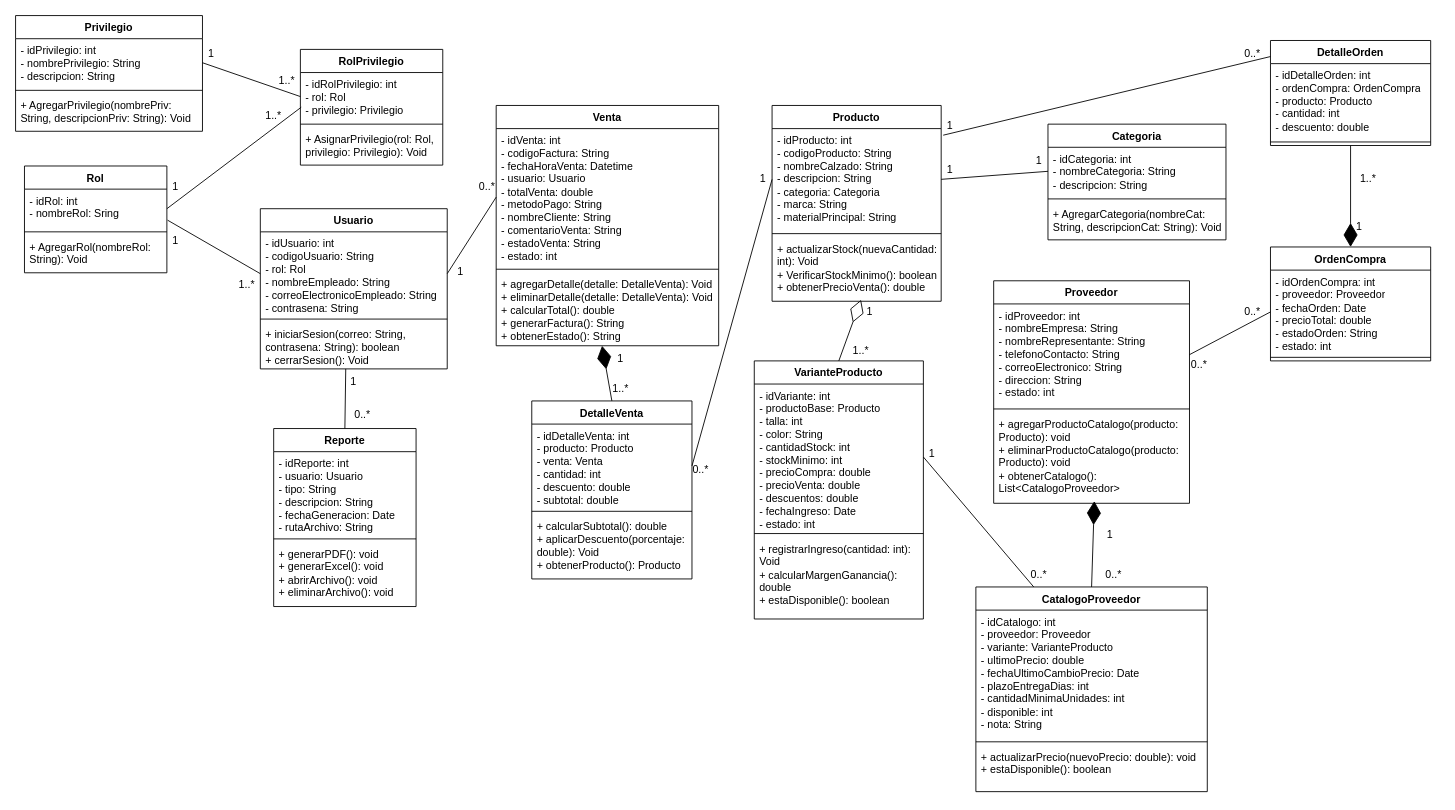
Earlier version of the draw.io diagram Diagramas/UML/Archivos editables/Diagrama_de_Clases_Zapstock.drawio (Thesub77/sistema-inventario-zapateria-zapstock). Source tidied: cells renumbered, new cells numbered last; positions are measured from the earlier drawing's top-left corner, leaving out a move shared by most shapes. Both pictures are drawn from the tidied source at 89%, with x=0, y=0 at pixel (15, 15).
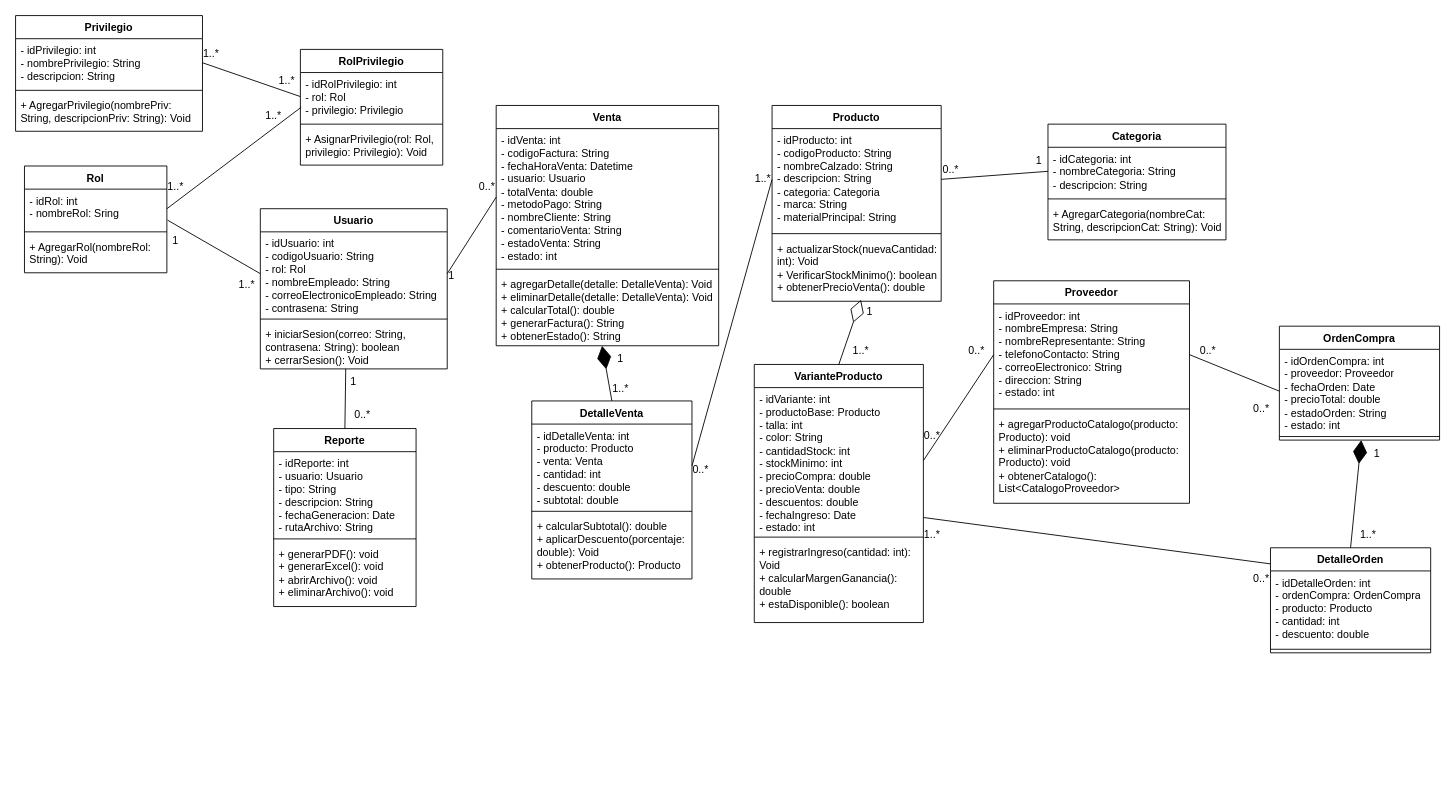
The same diagram, later.

Commit message:
chore: Se actualizo el diagrama de clases

Se elimino la clase Catalogo, y se ajustaron las relaciones entre DetalleOrden y la clase Producto, para agregarle fluidez a la logica del negocio

The change refers to these unchanged cells:
```xml
<mxCell id="3" value="&lt;div&gt;- idProducto: int&lt;/div&gt;- codigoProducto: String&lt;div&gt;- nombreCalzado: String&lt;/div&gt;&lt;div&gt;- descripcion: String&lt;/div&gt;&lt;div&gt;- categoria: Categoria&lt;/div&gt;&lt;div&gt;- marca: String&lt;/div&gt;&lt;div&gt;- materialPrincipal: String&lt;/div&gt;" style="text;strokeColor=none;fillColor=none;align=left;verticalAlign=top;spacingLeft=4;spacingRight=4;overflow=hidden;points=[[0,0.5],[1,0.5]];portConstraint=eastwest;whiteSpace=wrap;html=1;" parent="2" vertex="1">
  <mxGeometry y="26" width="190" height="114" as="geometry" />
</mxCell>
<mxCell id="15" style="line;strokeWidth=1;fillColor=none;align=left;verticalAlign=middle;spacingTop=-1;spacingLeft=3;spacingRight=3;labelPosition=right;points=[];portConstraint=eastwest;strokeColor=inherit;" parent="13" vertex="1">
  <mxGeometry y="120" width="180" height="8" as="geometry" />
</mxCell>
<mxCell id="21" value="&lt;div&gt;- idProveedor: int&lt;/div&gt;&lt;div&gt;- nombreEmpresa: String&lt;/div&gt;&lt;div&gt;- nombreRepresentante: String&lt;/div&gt;&lt;div&gt;- telefonoContacto: String&lt;/div&gt;&lt;div&gt;- correoElectronico: String&lt;/div&gt;&lt;div&gt;- direccion: String&lt;/div&gt;&lt;div&gt;&lt;span style=&quot;background-color: transparent; color: light-dark(rgb(0, 0, 0), rgb(255, 255, 255));&quot;&gt;- estado: int&lt;/span&gt;&lt;/div&gt;" style="text;strokeColor=none;fillColor=none;align=left;verticalAlign=top;spacingLeft=4;spacingRight=4;overflow=hidden;points=[[0,0.5],[1,0.5]];portConstraint=eastwest;whiteSpace=wrap;html=1;" parent="20" vertex="1">
  <mxGeometry y="26" width="220" height="114" as="geometry" />
</mxCell>
<mxCell id="23" value="&lt;div&gt;+ agregarProductoCatalogo(producto: Producto): void&lt;/div&gt;&lt;div&gt;+ eliminarProductoCatalogo(producto: Producto): void&lt;/div&gt;&lt;div&gt;+ obtenerCatalogo(): List&amp;lt;CatalogoProveedor&amp;gt;&lt;/div&gt;&lt;div&gt;&lt;br&gt;&lt;/div&gt;" style="text;strokeColor=none;fillColor=none;align=left;verticalAlign=top;spacingLeft=4;spacingRight=4;overflow=hidden;points=[[0,0.5],[1,0.5]];portConstraint=eastwest;whiteSpace=wrap;html=1;" parent="20" vertex="1">
  <mxGeometry y="148" width="220" height="102" as="geometry" />
</mxCell>
<mxCell id="45" value="- idVariante: int&lt;div&gt;- productoBase: Producto&lt;br&gt;&lt;div&gt;- talla: int&lt;/div&gt;&lt;div&gt;- color: String&lt;/div&gt;&lt;div&gt;- cantidadStock: int&lt;/div&gt;&lt;div&gt;- stockMinimo: int&lt;/div&gt;&lt;div&gt;- precioCompra: double&lt;/div&gt;&lt;div&gt;- precioVenta: double&lt;/div&gt;&lt;div&gt;- descuentos: double&lt;/div&gt;&lt;div&gt;- fechaIngreso: Date&lt;/div&gt;&lt;div&gt;- estado: int&lt;/div&gt;&lt;/div&gt;" style="text;strokeColor=none;fillColor=none;align=left;verticalAlign=top;spacingLeft=4;spacingRight=4;overflow=hidden;points=[[0,0.5],[1,0.5]];portConstraint=eastwest;whiteSpace=wrap;html=1;" parent="44" vertex="1">
  <mxGeometry y="26" width="190" height="164" as="geometry" />
</mxCell>
```

The edit, as a diff of the source:
```diff
@@
     <mxCell id="10" value="DetalleOrden" style="swimlane;fontStyle=1;align=center;verticalAlign=top;horizontal=1;startSize=26;whiteSpace=wrap;html=1;" parent="1" vertex="1">
-      <mxGeometry x="1410" y="28" width="180" height="118" as="geometry" />
+      <mxGeometry x="1410" y="598" width="180" height="118" as="geometry" />
     </mxCell>
@@
     <mxCell id="13" value="OrdenCompra" style="swimlane;fontStyle=1;align=center;verticalAlign=top;horizontal=1;startSize=26;whiteSpace=wrap;html=1;" parent="1" vertex="1">
-      <mxGeometry x="1410" y="260" width="180" height="128" as="geometry" />
+      <mxGeometry x="1420" y="349" width="180" height="128" as="geometry" />
     </mxCell>
@@
     <mxCell id="44" value="VarianteProducto" style="swimlane;fontStyle=1;align=center;verticalAlign=top;horizontal=1;startSize=26;whiteSpace=wrap;html=1;" parent="1" vertex="1">
-      <mxGeometry x="830" y="388" width="190" height="290" as="geometry" />
+      <mxGeometry x="830" y="392" width="190" height="290" as="geometry" />
     </mxCell>
@@
-    <mxCell id="53" style="endArrow=diamondThin;endFill=1;endSize=24;html=1;rounded=0;exitX=0.5;exitY=1;exitDx=0;exitDy=0;entryX=0.5;entryY=0;entryDx=0;entryDy=0;" parent="1" edge="1" source="10" target="13">
+    <mxCell id="53" style="endArrow=diamondThin;endFill=1;endSize=24;html=1;rounded=0;exitX=0.5;exitY=0;exitDx=0;exitDy=0;entryX=0.511;entryY=1;entryDx=0;entryDy=0;entryPerimeter=0;" parent="1" edge="1" source="10" target="15">
       <mxGeometry relative="1" as="geometry" />
     </mxCell>
@@
-    <mxCell id="62" style="endArrow=none;html=1;rounded=0;exitX=1;exitY=0.5;exitDx=0;exitDy=0;entryX=0.25;entryY=0;entryDx=0;entryDy=0;" parent="1" edge="1" source="45" target="88">
-      <mxGeometry relative="1" as="geometry" />
-    </mxCell>
@@
-    <mxCell id="68" value="1" style="text;html=1;whiteSpace=wrap;strokeColor=none;fillColor=none;align=center;verticalAlign=middle;rounded=0;" parent="1" vertex="1">
+    <mxCell id="68" value="1..*" style="text;html=1;whiteSpace=wrap;strokeColor=none;fillColor=none;align=center;verticalAlign=middle;rounded=0;" parent="1" vertex="1">
       <mxGeometry x="150" y="178" width="60" height="30" as="geometry" />
     </mxCell>
@@
-    <mxCell id="70" value="1" style="text;html=1;whiteSpace=wrap;strokeColor=none;fillColor=none;align=center;verticalAlign=middle;rounded=0;" parent="1" vertex="1">
+    <mxCell id="70" value="1..*" style="text;html=1;whiteSpace=wrap;strokeColor=none;fillColor=none;align=center;verticalAlign=middle;rounded=0;" parent="1" vertex="1">
       <mxGeometry x="190" y="28" width="60" height="30" as="geometry" />
     </mxCell>
@@
     <mxCell id="72" value="1" style="text;html=1;whiteSpace=wrap;strokeColor=none;fillColor=none;align=center;verticalAlign=middle;rounded=0;" parent="1" vertex="1">
-      <mxGeometry x="470" y="273" width="60" height="30" as="geometry" />
+      <mxGeometry x="460" y="278" width="60" height="30" as="geometry" />
     </mxCell>
@@
-    <mxCell id="74" value="1" style="text;html=1;whiteSpace=wrap;strokeColor=none;fillColor=none;align=center;verticalAlign=middle;rounded=0;" parent="1" vertex="1">
+    <mxCell id="74" value="1..*" style="text;html=1;whiteSpace=wrap;strokeColor=none;fillColor=none;align=center;verticalAlign=middle;rounded=0;" parent="1" vertex="1">
       <mxGeometry x="810" y="168" width="60" height="30" as="geometry" />
     </mxCell>
@@
-    <mxCell id="76" value="1" style="text;html=1;whiteSpace=wrap;strokeColor=none;fillColor=none;align=center;verticalAlign=middle;rounded=0;" parent="1" vertex="1">
-      <mxGeometry x="1020" y="158" width="60" height="30" as="geometry" />
+    <mxCell id="76" value="0..*" style="text;html=1;whiteSpace=wrap;strokeColor=none;fillColor=none;align=center;verticalAlign=middle;rounded=0;" parent="1" vertex="1">
+      <mxGeometry x="1021" y="158" width="60" height="30" as="geometry" />
     </mxCell>
@@
-    <mxCell id="78" value="0..*" style="text;html=1;whiteSpace=wrap;strokeColor=none;fillColor=none;align=center;verticalAlign=middle;rounded=0;" parent="1" vertex="1">
-      <mxGeometry x="1120" y="613" width="60" height="30" as="geometry" />
-    </mxCell>
-    <mxCell id="79" value="1" style="text;html=1;whiteSpace=wrap;strokeColor=none;fillColor=none;align=center;verticalAlign=middle;rounded=0;" parent="1" vertex="1">
-      <mxGeometry x="1000" y="478" width="60" height="30" as="geometry" />
-    </mxCell>
     <mxCell id="80" value="0..*" style="text;html=1;whiteSpace=wrap;strokeColor=none;fillColor=none;align=center;verticalAlign=middle;rounded=0;" parent="1" vertex="1">
-      <mxGeometry x="1300" y="378" width="60" height="30" as="geometry" />
+      <mxGeometry x="1310" y="362" width="60" height="30" as="geometry" />
     </mxCell>
     <mxCell id="81" value="0..*" style="text;html=1;whiteSpace=wrap;strokeColor=none;fillColor=none;align=center;verticalAlign=middle;rounded=0;" parent="1" vertex="1">
-      <mxGeometry x="1360" y="318" width="60" height="30" as="geometry" />
+      <mxGeometry x="1370" y="427" width="60" height="30" as="geometry" />
     </mxCell>
@@
-    <mxCell id="86" value="1" style="text;html=1;whiteSpace=wrap;strokeColor=none;fillColor=none;align=center;verticalAlign=middle;rounded=0;" parent="1" vertex="1">
-      <mxGeometry x="1480" y="222" width="60" height="30" as="geometry" />
-    </mxCell>
-    <mxCell id="87" value="1..*" style="text;html=1;whiteSpace=wrap;strokeColor=none;fillColor=none;align=center;verticalAlign=middle;rounded=0;" parent="1" vertex="1">
-      <mxGeometry x="1490" y="169" width="60" height="30" as="geometry" />
-    </mxCell>
-    <mxCell id="88" value="CatalogoProveedor" style="swimlane;fontStyle=1;align=center;verticalAlign=top;horizontal=1;startSize=26;whiteSpace=wrap;html=1;" parent="1" vertex="1">
-      <mxGeometry x="1079" y="642" width="260" height="230" as="geometry" />
-    </mxCell>
-    <mxCell id="89" value="- idCatalogo: int&lt;div&gt;- proveedor: Proveedor&lt;/div&gt;&lt;div&gt;- variante: VarianteProducto&lt;/div&gt;&lt;div&gt;-&amp;nbsp;&lt;span style=&quot;background-color: transparent;&quot;&gt;ultimoPrecio: double&lt;/span&gt;&lt;/div&gt;&lt;div&gt;&lt;span style=&quot;background-color: transparent;&quot;&gt;- fechaUltimoCambioPrecio: Date&lt;/span&gt;&lt;/div&gt;&lt;div&gt;&lt;span style=&quot;background-color: transparent;&quot;&gt;- plazoEntregaDias: int&lt;/span&gt;&lt;/div&gt;&lt;div&gt;&lt;span style=&quot;background-color: transparent;&quot;&gt;- cantidadMinimaUnidades: int&lt;/span&gt;&lt;/div&gt;&lt;div&gt;- disponible: int&lt;/div&gt;&lt;div&gt;- nota: String&lt;/div&gt;" style="text;strokeColor=none;fillColor=none;align=left;verticalAlign=top;spacingLeft=4;spacingRight=4;overflow=hidden;whiteSpace=wrap;html=1;" parent="88" vertex="1">
-      <mxGeometry y="26" width="260" height="144" as="geometry" />
-    </mxCell>
-    <mxCell id="90" style="line;strokeWidth=1;fillColor=none;align=left;verticalAlign=middle;spacingTop=-1;spacingLeft=3;spacingRight=3;labelPosition=right;strokeColor=inherit;" parent="88" vertex="1">
-      <mxGeometry y="170" width="260" height="8" as="geometry" />
-    </mxCell>
-    <mxCell id="91" value="&lt;div&gt;+ actualizarPrecio(nuevoPrecio: double): void&lt;/div&gt;&lt;div&gt;+ estaDisponible(): boolean&lt;/div&gt;" style="text;strokeColor=none;fillColor=none;align=left;verticalAlign=top;spacingLeft=4;spacingRight=4;overflow=hidden;whiteSpace=wrap;html=1;" parent="88" vertex="1">
-      <mxGeometry y="178" width="260" height="52" as="geometry" />
-    </mxCell>
-    <mxCell id="92" value="1" style="text;html=1;whiteSpace=wrap;strokeColor=none;fillColor=none;align=center;verticalAlign=middle;rounded=0;" parent="1" vertex="1">
-      <mxGeometry x="1200" y="568" width="60" height="30" as="geometry" />
-    </mxCell>
-    <mxCell id="93" value="0..*" style="text;html=1;whiteSpace=wrap;strokeColor=none;fillColor=none;align=center;verticalAlign=middle;rounded=0;" parent="1" vertex="1">
-      <mxGeometry x="1204" y="613" width="60" height="30" as="geometry" />
-    </mxCell>
-    <mxCell id="94" style="endArrow=diamondThin;endFill=1;endSize=24;html=1;rounded=0;exitX=0.5;exitY=0;exitDx=0;exitDy=0;entryX=0.514;entryY=0.976;entryDx=0;entryDy=0;entryPerimeter=0;" parent="1" edge="1" source="88" target="23">
-      <mxGeometry relative="1" as="geometry" />
-    </mxCell>
-    <mxCell id="95" style="endArrow=none;html=1;rounded=0;exitX=1.012;exitY=0.065;exitDx=0;exitDy=0;entryX=0;entryY=0.153;entryDx=0;entryDy=0;entryPerimeter=0;exitPerimeter=0;" parent="1" edge="1" source="3" target="10">
+    <mxCell id="95" style="endArrow=none;html=1;rounded=0;entryX=0;entryY=0.153;entryDx=0;entryDy=0;entryPerimeter=0;exitX=1;exitY=0.89;exitDx=0;exitDy=0;exitPerimeter=0;" parent="1" edge="1" source="45" target="10">
       <mxGeometry relative="1" as="geometry" />
     </mxCell>
-    <mxCell id="96" value="1" style="text;html=1;whiteSpace=wrap;strokeColor=none;fillColor=none;align=center;verticalAlign=middle;rounded=0;" parent="1" vertex="1">
-      <mxGeometry x="1020" y="109" width="60" height="30" as="geometry" />
-    </mxCell>
-    <mxCell id="97" value="0..*" style="text;html=1;whiteSpace=wrap;strokeColor=none;fillColor=none;align=center;verticalAlign=middle;rounded=0;" parent="1" vertex="1">
-      <mxGeometry x="1360" y="28" width="60" height="30" as="geometry" />
-    </mxCell>
+    <mxCell id="98" style="endArrow=none;html=1;rounded=0;entryX=0;entryY=0.5;entryDx=0;entryDy=0;exitX=1;exitY=0.5;exitDx=0;exitDy=0;" parent="1" edge="1" source="45" target="21">
+      <mxGeometry relative="1" as="geometry" />
+    </mxCell>
+    <mxCell id="99" value="0..*" style="text;html=1;whiteSpace=wrap;strokeColor=none;fillColor=none;align=center;verticalAlign=middle;rounded=0;" parent="1" vertex="1">
+      <mxGeometry x="1000" y="457" width="60" height="30" as="geometry" />
+    </mxCell>
+    <mxCell id="100" value="0..*" style="text;html=1;whiteSpace=wrap;strokeColor=none;fillColor=none;align=center;verticalAlign=middle;rounded=0;" parent="1" vertex="1">
+      <mxGeometry x="1050" y="362" width="60" height="30" as="geometry" />
+    </mxCell>
+    <mxCell id="101" value="1" style="text;html=1;whiteSpace=wrap;strokeColor=none;fillColor=none;align=center;verticalAlign=middle;rounded=0;" parent="1" vertex="1">
+      <mxGeometry x="1500" y="477" width="60" height="30" as="geometry" />
+    </mxCell>
+    <mxCell id="102" value="1..*" style="text;html=1;whiteSpace=wrap;strokeColor=none;fillColor=none;align=center;verticalAlign=middle;rounded=0;" parent="1" vertex="1">
+      <mxGeometry x="1490" y="568" width="60" height="30" as="geometry" />
+    </mxCell>
+    <mxCell id="103" value="1..*" style="text;html=1;whiteSpace=wrap;strokeColor=none;fillColor=none;align=center;verticalAlign=middle;rounded=0;" parent="1" vertex="1">
+      <mxGeometry x="1000" y="568" width="60" height="30" as="geometry" />
+    </mxCell>
+    <mxCell id="104" value="0..*" style="text;html=1;whiteSpace=wrap;strokeColor=none;fillColor=none;align=center;verticalAlign=middle;rounded=0;" parent="1" vertex="1">
+      <mxGeometry x="1370" y="618" width="60" height="30" as="geometry" />
+    </mxCell>
```
